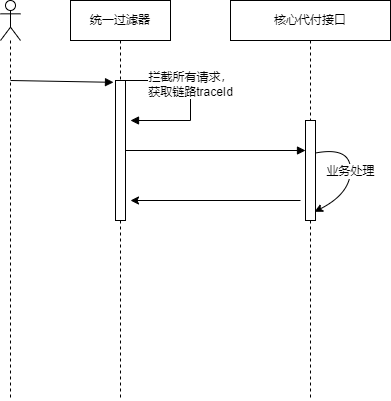
This is 链路追踪traceId填充流程图.png from songyibo2019/mydiagrams, a draw.io export, as it was before one commit. Source tidied: cells renumbered, new cells last; positions are measured from the earlier drawing's top-left corner, leaving out a move shared by most shapes. Its diagram source:
```xml
<mxGraphModel>
  <root>
    <mxCell id="0" />
    <mxCell id="1" parent="0" />
    <mxCell id="2" style="shape=umlLifeline;participant=umlActor;perimeter=lifelinePerimeter;whiteSpace=wrap;html=1;verticalAlign=top;spacingTop=36;" parent="1" vertex="1">
      <mxGeometry width="20" height="400" as="geometry" />
    </mxCell>
    <mxCell id="3" style="html=1;verticalAlign=bottom;endArrow=block;rounded=0;entryX=-0.2;entryY=0.013;entryDx=0;entryDy=0;entryPerimeter=0;" parent="2" edge="1" target="5">
      <mxGeometry x="0.18" y="-69" relative="1" as="geometry">
        <mxPoint x="10" y="80" as="sourcePoint" />
      </mxGeometry>
    </mxCell>
    <mxCell id="4" value="统一过滤器" style="shape=umlLifeline;perimeter=lifelinePerimeter;whiteSpace=wrap;html=1;outlineConnect=0;" parent="1" vertex="1">
      <mxGeometry x="70" width="100" height="400" as="geometry" />
    </mxCell>
    <mxCell id="5" style="html=1;points=[];perimeter=orthogonalPerimeter;" parent="4" vertex="1">
      <mxGeometry x="45" y="80" width="10" height="140" as="geometry" />
    </mxCell>
    <mxCell id="6" style="edgeStyle=orthogonalEdgeStyle;html=1;align=left;spacingLeft=2;endArrow=block;rounded=0;" parent="4" edge="1" source="4">
      <mxGeometry x="-0.16" y="32" relative="1" as="geometry">
        <mxPoint x="60" y="120" as="targetPoint" />
        <Array as="points">
          <mxPoint x="120" y="80" />
          <mxPoint x="120" y="120" />
          <mxPoint x="60" y="120" />
        </Array>
        <mxPoint x="-12" y="-25" as="offset" />
      </mxGeometry>
    </mxCell>
    <mxCell id="7" value="拦截所有请求，&lt;br&gt;获取链路traceId" style="edgeLabel;html=1;align=center;verticalAlign=middle;" parent="6" vertex="1">
      <mxGeometry x="-0.14" y="-1" relative="1" as="geometry" />
    </mxCell>
    <mxCell id="8" value="核心代付接口" style="shape=umlLifeline;perimeter=lifelinePerimeter;whiteSpace=wrap;html=1;" parent="1" vertex="1">
      <mxGeometry x="230" width="160" height="400" as="geometry" />
    </mxCell>
    <mxCell id="9" style="html=1;points=[];perimeter=orthogonalPerimeter;" parent="8" vertex="1">
      <mxGeometry x="75" y="120" width="10" height="100" as="geometry" />
    </mxCell>
    <mxCell id="10" value="业务处理" style="curved=1;endArrow=classic;html=1;rounded=0;exitX=1;exitY=0.325;exitDx=0;exitDy=0;exitPerimeter=0;entryX=0.9;entryY=0.913;entryDx=0;entryDy=0;entryPerimeter=0;" parent="8" edge="1" source="9" target="9">
      <mxGeometry relative="1" as="geometry">
        <Array as="points">
          <mxPoint x="120" y="146" />
          <mxPoint x="120" y="193" />
        </Array>
      </mxGeometry>
    </mxCell>
    <mxCell id="11" style="html=1;verticalAlign=bottom;endArrow=block;rounded=0;" parent="1" edge="1" source="5" target="9">
      <mxGeometry x="0.18" y="-69" relative="1" as="geometry" />
    </mxCell>
    <mxCell id="12" style="endArrow=classic;html=1;rounded=0;" parent="1" edge="1">
      <mxGeometry relative="1" as="geometry">
        <mxPoint x="300" y="200" as="sourcePoint" />
        <mxPoint x="130" y="200" as="targetPoint" />
      </mxGeometry>
    </mxCell>
  </root>
</mxGraphModel>
```
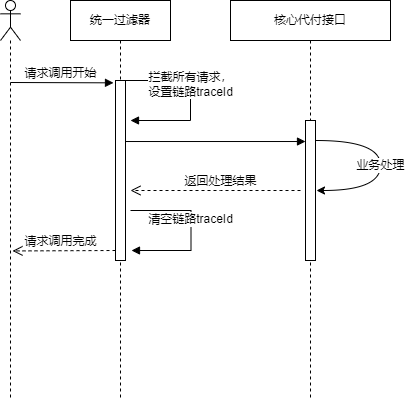
The same diagram one commit later.

Commit message:
Update 链路追踪traceId填充流程图.png

The edit, as a diff of the source:
```diff
@@ -5,16 +5,16 @@
     <mxCell id="2" style="shape=umlLifeline;participant=umlActor;perimeter=lifelinePerimeter;whiteSpace=wrap;html=1;verticalAlign=top;spacingTop=36;" parent="1" vertex="1">
       <mxGeometry width="20" height="400" as="geometry" />
     </mxCell>
-    <mxCell id="3" style="html=1;verticalAlign=bottom;endArrow=block;rounded=0;entryX=-0.2;entryY=0.013;entryDx=0;entryDy=0;entryPerimeter=0;" parent="2" edge="1" target="5">
-      <mxGeometry x="0.18" y="-69" relative="1" as="geometry">
-        <mxPoint x="10" y="80" as="sourcePoint" />
+    <mxCell id="3" value="请求调用开始" style="html=1;verticalAlign=bottom;endArrow=block;rounded=0;entryX=-0.2;entryY=0.013;entryDx=0;entryDy=0;entryPerimeter=0;" parent="2" edge="1" target="5">
+      <mxGeometry x="-0.03" relative="1" as="geometry">
+        <mxPoint x="10" y="82" as="sourcePoint" />
       </mxGeometry>
     </mxCell>
     <mxCell id="4" value="统一过滤器" style="shape=umlLifeline;perimeter=lifelinePerimeter;whiteSpace=wrap;html=1;outlineConnect=0;" parent="1" vertex="1">
       <mxGeometry x="70" width="100" height="400" as="geometry" />
     </mxCell>
     <mxCell id="5" style="html=1;points=[];perimeter=orthogonalPerimeter;" parent="4" vertex="1">
-      <mxGeometry x="45" y="80" width="10" height="140" as="geometry" />
+      <mxGeometry x="45" y="80" width="10" height="180" as="geometry" />
     </mxCell>
     <mxCell id="6" style="edgeStyle=orthogonalEdgeStyle;html=1;align=left;spacingLeft=2;endArrow=block;rounded=0;" parent="4" edge="1" source="4">
       <mxGeometry x="-0.16" y="32" relative="1" as="geometry">
@@ -27,31 +27,55 @@
         <mxPoint x="-12" y="-25" as="offset" />
       </mxGeometry>
     </mxCell>
-    <mxCell id="7" value="拦截所有请求，&lt;br&gt;获取链路traceId" style="edgeLabel;html=1;align=center;verticalAlign=middle;" parent="6" vertex="1">
+    <mxCell id="7" value="拦截所有请求，&lt;br&gt;设置链路traceId" style="edgeLabel;html=1;align=center;verticalAlign=middle;" parent="6" vertex="1">
       <mxGeometry x="-0.14" y="-1" relative="1" as="geometry" />
     </mxCell>
+    <mxCell id="13" value="请求调用完成" style="html=1;verticalAlign=bottom;endArrow=open;dashed=1;endSize=8;rounded=0;" parent="4" edge="1">
+      <mxGeometry x="0.07" relative="1" as="geometry">
+        <mxPoint x="45" y="250" as="sourcePoint" />
+        <mxPoint x="-58" y="250.4" as="targetPoint" />
+      </mxGeometry>
+    </mxCell>
     <mxCell id="8" value="核心代付接口" style="shape=umlLifeline;perimeter=lifelinePerimeter;whiteSpace=wrap;html=1;" parent="1" vertex="1">
       <mxGeometry x="230" width="160" height="400" as="geometry" />
     </mxCell>
     <mxCell id="9" style="html=1;points=[];perimeter=orthogonalPerimeter;" parent="8" vertex="1">
-      <mxGeometry x="75" y="120" width="10" height="100" as="geometry" />
+      <mxGeometry x="75" y="120" width="10" height="140" as="geometry" />
     </mxCell>
-    <mxCell id="10" value="业务处理" style="curved=1;endArrow=classic;html=1;rounded=0;exitX=1;exitY=0.325;exitDx=0;exitDy=0;exitPerimeter=0;entryX=0.9;entryY=0.913;entryDx=0;entryDy=0;entryPerimeter=0;" parent="8" edge="1" source="9" target="9">
+    <mxCell id="10" value="业务处理" style="curved=1;endArrow=classic;html=1;rounded=0;exitX=1.1;exitY=0.143;exitDx=0;exitDy=0;exitPerimeter=0;entryX=1.1;entryY=0.5;entryDx=0;entryDy=0;entryPerimeter=0;" parent="8" edge="1" source="9" target="9">
       <mxGeometry relative="1" as="geometry">
         <Array as="points">
-          <mxPoint x="120" y="146" />
-          <mxPoint x="120" y="193" />
+          <mxPoint x="150" y="140" />
+          <mxPoint x="150" y="190" />
         </Array>
       </mxGeometry>
     </mxCell>
-    <mxCell id="11" style="html=1;verticalAlign=bottom;endArrow=block;rounded=0;" parent="1" edge="1" source="5" target="9">
+    <mxCell id="11" style="html=1;verticalAlign=bottom;endArrow=block;rounded=0;exitX=1;exitY=0.339;exitDx=0;exitDy=0;exitPerimeter=0;" parent="1" edge="1" source="5" target="9">
       <mxGeometry x="0.18" y="-69" relative="1" as="geometry" />
     </mxCell>
-    <mxCell id="12" style="endArrow=classic;html=1;rounded=0;" parent="1" edge="1">
-      <mxGeometry relative="1" as="geometry">
-        <mxPoint x="300" y="200" as="sourcePoint" />
-        <mxPoint x="130" y="200" as="targetPoint" />
-      </mxGeometry>
-    </mxCell>
+    <mxCell id="14" value="返回处理结果" style="html=1;verticalAlign=bottom;endArrow=open;dashed=1;endSize=8;rounded=0;" parent="1" edge="1">
+      <mxGeometry x="-0.06" relative="1" as="geometry">
+        <mxPoint x="300" y="190" as="sourcePoint" />
+        <mxPoint x="130" y="190" as="targetPoint" />
+        <Array as="points">
+          <mxPoint x="220" y="190" />
+        </Array>
+      </mxGeometry>
+    </mxCell>
+    <mxCell id="15" style="edgeStyle=orthogonalEdgeStyle;html=1;align=left;spacingLeft=2;endArrow=block;rounded=0;" parent="1" edge="1">
+      <mxGeometry x="-0.16" y="32" relative="1" as="geometry">
+        <mxPoint x="130" y="210" as="sourcePoint" />
+        <mxPoint x="131" y="250" as="targetPoint" />
+        <Array as="points">
+          <mxPoint x="190.5" y="210" />
+          <mxPoint x="190.5" y="250" />
+          <mxPoint x="130.5" y="250" />
+        </Array>
+        <mxPoint x="-12" y="-25" as="offset" />
+      </mxGeometry>
+    </mxCell>
+    <mxCell id="16" value="清空链路traceId" style="edgeLabel;html=1;align=center;verticalAlign=middle;" parent="15" vertex="1">
+      <mxGeometry x="-0.14" y="-1" relative="1" as="geometry" />
+    </mxCell>
   </root>
 </mxGraphModel>
```
